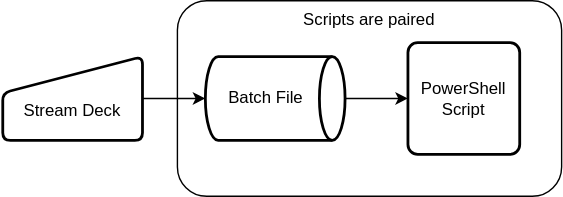
blueal/Stream-Deck-Scripts keeps this draw.io diagram as Assets/CallingPowerShell.drawio.svg. Above is the earlier version. Source tidied: cells renumbered, new cells last; positions are measured from the earlier drawing's top-left corner, leaving out a move shared by most shapes.
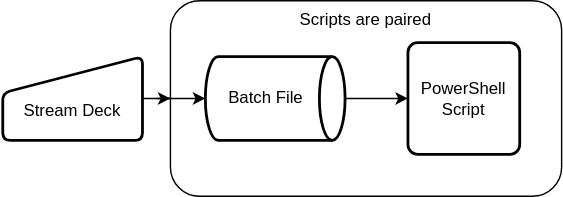
The same diagram one commit later.

What changed in the source:
```diff
@@ -2,9 +2,14 @@
   <root>
     <mxCell id="0" />
     <mxCell id="1" parent="0" />
-    <mxCell id="2" style="edgeStyle=orthogonalEdgeStyle;rounded=0;jettySize=auto;html=1;" parent="1" edge="1" source="3" target="5">
-      <mxGeometry relative="1" as="geometry" />
+    <mxCell id="2" style="edgeStyle=orthogonalEdgeStyle;rounded=0;jettySize=auto;html=1;" parent="1" edge="1" target="5">
+      <mxGeometry relative="1" as="geometry">
+        <mxPoint x="110" y="70" as="sourcePoint" />
+      </mxGeometry>
     </mxCell>
+    <mxCell id="8" style="edgeStyle=orthogonalEdgeStyle;rounded=0;jettySize=auto;html=1;" parent="1" edge="1" source="3" target="7">
+      <mxGeometry relative="1" as="geometry" />
+    </mxCell>
     <mxCell id="3" value="&lt;font style=&quot;font-size: 12px&quot;&gt;Stream Deck&lt;/font&gt;" style="html=1;strokeWidth=2;shape=manualInput;whiteSpace=wrap;rounded=1;size=26;arcSize=11;spacingTop=18;" parent="1" vertex="1">
       <mxGeometry y="40" width="100" height="60" as="geometry" />
     </mxCell>
@@ -18,7 +23,7 @@
       <mxGeometry x="290" y="30" width="80" height="80" as="geometry" />
     </mxCell>
     <mxCell id="7" value="Scripts are paired" style="rounded=1;whiteSpace=wrap;html=1;fillColor=none;verticalAlign=top;" parent="1" vertex="1">
-      <mxGeometry x="125" width="275" height="140" as="geometry" />
+      <mxGeometry x="120" width="280" height="140" as="geometry" />
     </mxCell>
   </root>
 </mxGraphModel>
```
